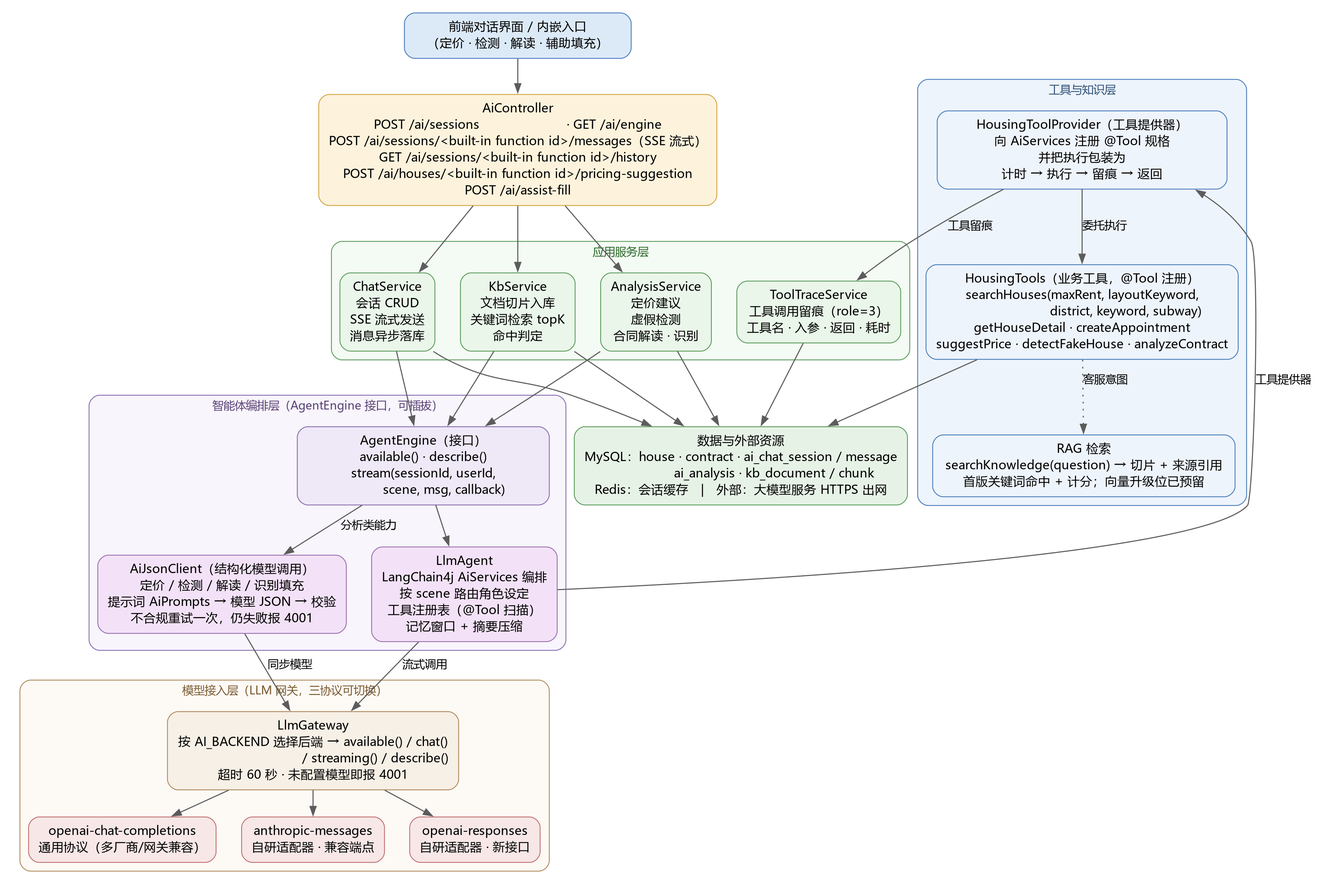
The Graphviz diagram doc/03.概要设计/assets/figures/fig_3_1_mod_ai_agent.png in chuanshanjia666/RentAgent, before a commit. Its source is kept beside it as doc/03.概要设计/assets/figures/fig_3_1_mod_ai_agent.dot.
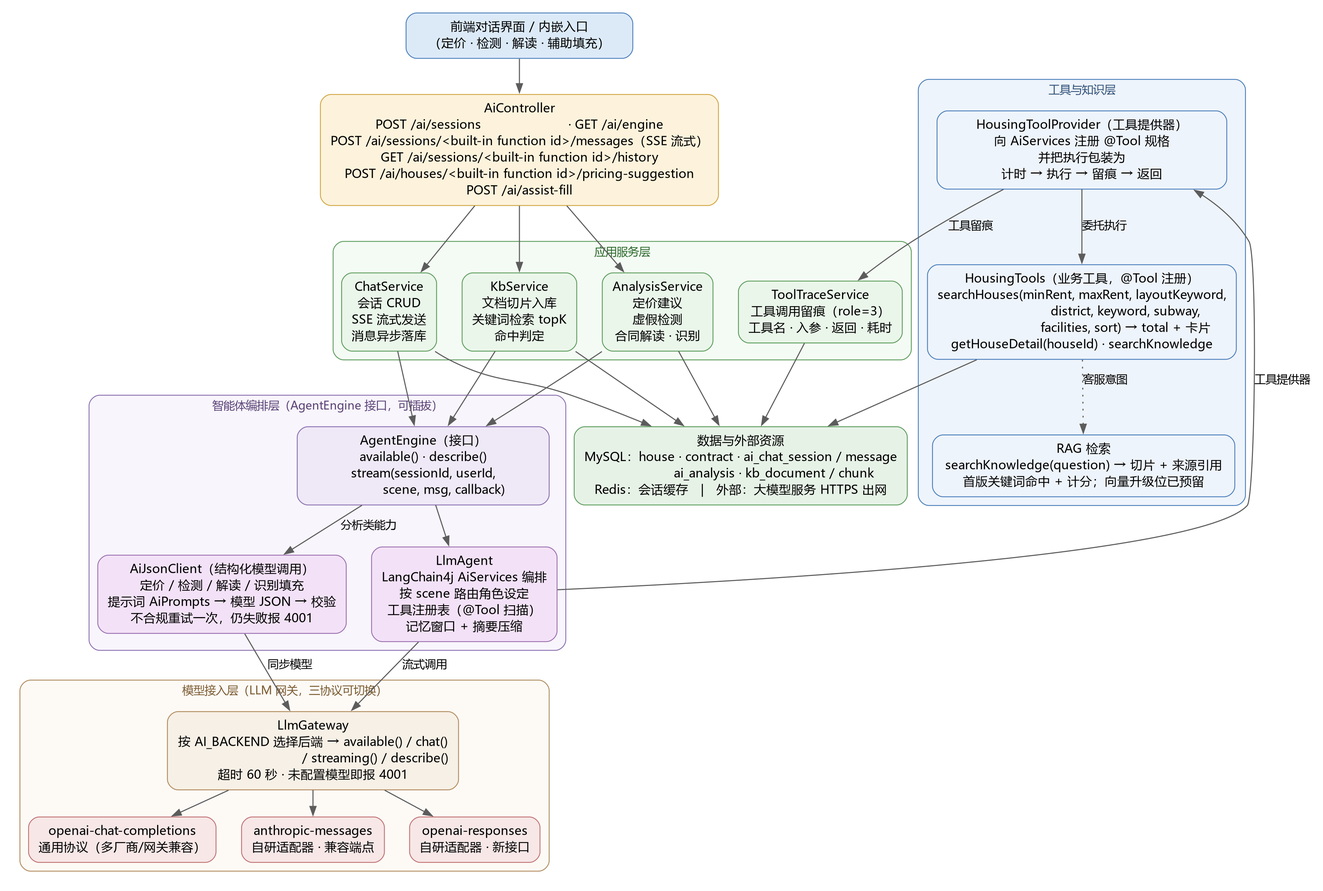
After the change.

Diff of the diagram source:
```diff
@@ -83,10 +83,10 @@
 计时 → 执行 → 留痕 → 返回",
            fillcolor="#eef4fb", color="#4a7ebb", width=4.6];
     tools [label="HousingTools（业务工具，@Tool 注册）
-searchHouses(maxRent, layoutKeyword,
-　　　　　　　district, keyword, subway)
-getHouseDetail · createAppointment
-suggestPrice · detectFakeHouse · analyzeContract",
+searchHouses(minRent, maxRent, layoutKeyword,
+　　　　　　　district, keyword, subway,
+　　　　　　　facilities, sort) → total + 卡片
+getHouseDetail(houseId) · searchKnowledge",
            fillcolor="#eef4fb", color="#4a7ebb", width=4.8];
     rag [label="RAG 检索
 searchKnowledge(question) → 切片 + 来源引用
```
